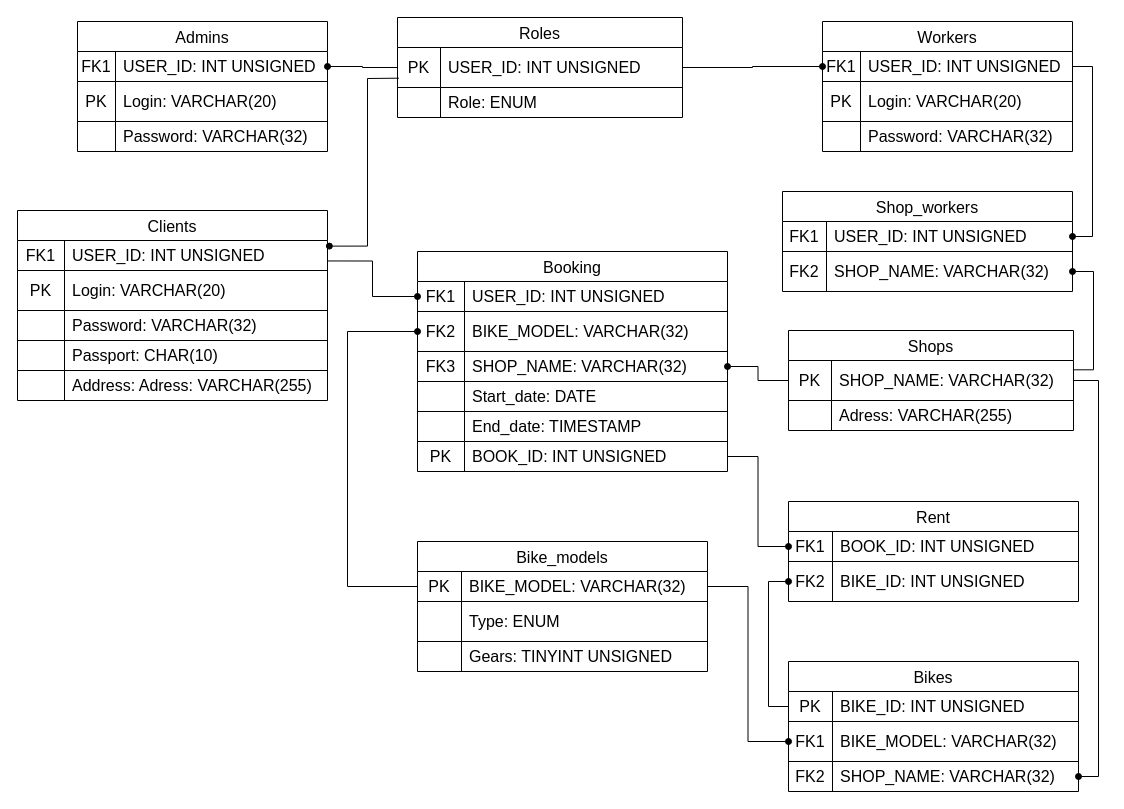
This is page "Физическая модель" (3 of 6) of Диаграммы проката велосипедов.drawio from GeorgeAlwaysWin/BikeRent, a draw.io file, before an edit. Source tidied: cells renumbered, new cells numbered last; positions are measured from the earlier drawing's top-left corner, leaving out a move shared by most shapes. Both pictures are drawn from the tidied source at 100%, with x=0, y=0 at pixel (17, 17).
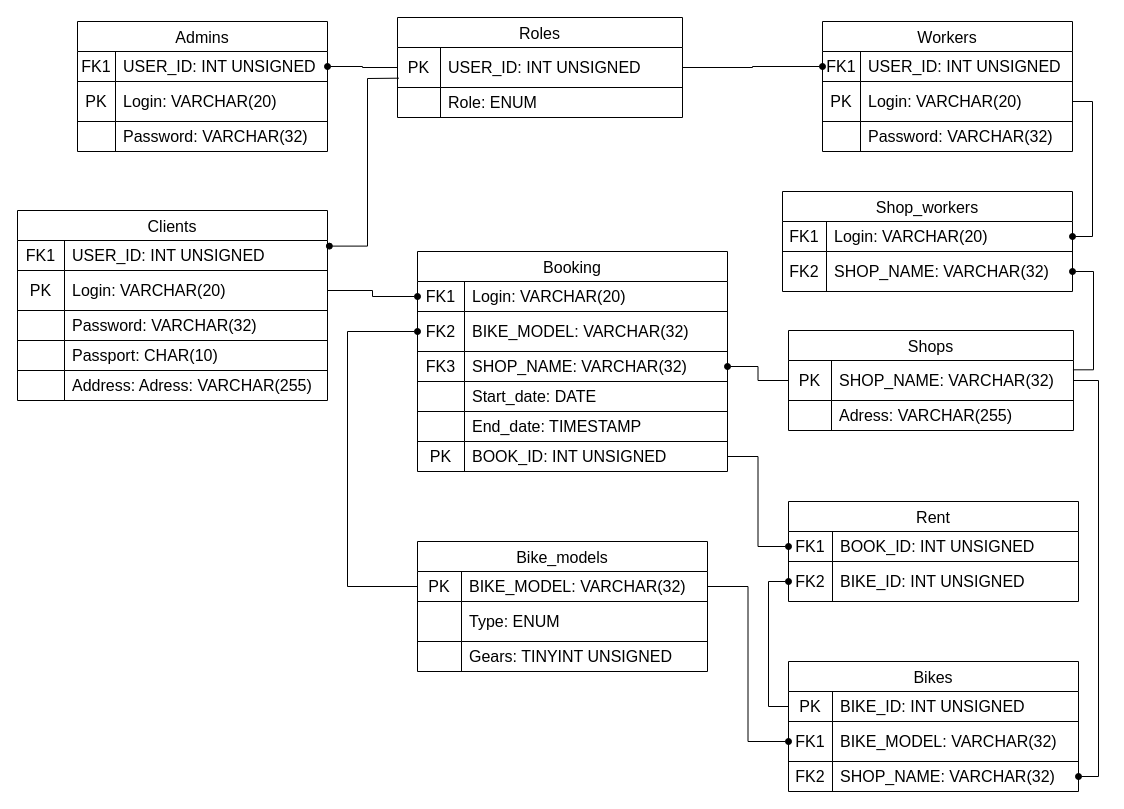
The same diagram, later.

Unchanged cells that the change refers to:
```xml
<mxCell id="20" style="shape=tableRow;horizontal=0;startSize=0;swimlaneHead=0;swimlaneBody=0;top=0;left=0;bottom=0;right=0;fillColor=none;points=[[0,0.5],[1,0.5]];portConstraint=eastwest;strokeColor=inherit;fontSize=16;align=center;verticalAlign=middle;fontFamily=Helvetica;fontColor=default;labelBackgroundColor=default;" parent="19" vertex="1">
  <mxGeometry y="30" width="250" height="30" as="geometry" />
</mxCell>
<mxCell id="23" style="shape=tableRow;horizontal=0;startSize=0;swimlaneHead=0;swimlaneBody=0;top=0;left=0;bottom=0;right=0;fillColor=none;points=[[0,0.5],[1,0.5]];portConstraint=eastwest;strokeColor=inherit;fontSize=16;align=center;verticalAlign=middle;fontFamily=Helvetica;fontColor=default;labelBackgroundColor=default;" parent="19" vertex="1">
  <mxGeometry y="60" width="250" height="40" as="geometry" />
</mxCell>
<mxCell id="30" style="shape=tableRow;horizontal=0;startSize=0;swimlaneHead=0;swimlaneBody=0;top=0;left=0;bottom=0;right=0;fillColor=none;points=[[0,0.5],[1,0.5]];portConstraint=eastwest;strokeColor=inherit;fontSize=16;align=center;verticalAlign=middle;fontFamily=Helvetica;fontColor=default;labelBackgroundColor=default;" parent="29" vertex="1">
  <mxGeometry y="30" width="290" height="30" as="geometry" />
</mxCell>
<mxCell id="71" style="shape=tableRow;horizontal=0;startSize=0;swimlaneHead=0;swimlaneBody=0;top=0;left=0;bottom=0;right=0;fillColor=none;points=[[0,0.5],[1,0.5]];portConstraint=eastwest;strokeColor=inherit;fontSize=16;align=center;verticalAlign=middle;fontFamily=Helvetica;fontColor=default;labelBackgroundColor=default;" parent="70" vertex="1">
  <mxGeometry y="30" width="310" height="30" as="geometry" />
</mxCell>
<mxCell id="74" style="shape=tableRow;horizontal=0;startSize=0;swimlaneHead=0;swimlaneBody=0;top=0;left=0;bottom=0;right=0;fillColor=none;points=[[0,0.5],[1,0.5]];portConstraint=eastwest;strokeColor=inherit;fontSize=16;align=center;verticalAlign=middle;fontFamily=Helvetica;fontColor=default;labelBackgroundColor=default;" parent="70" vertex="1">
  <mxGeometry y="60" width="310" height="40" as="geometry" />
</mxCell>
<mxCell id="87" style="shape=tableRow;horizontal=0;startSize=0;swimlaneHead=0;swimlaneBody=0;top=0;left=0;bottom=0;right=0;fillColor=none;points=[[0,0.5],[1,0.5]];portConstraint=eastwest;strokeColor=inherit;fontSize=16;align=center;verticalAlign=middle;fontFamily=Helvetica;fontColor=default;labelBackgroundColor=default;" parent="86" vertex="1">
  <mxGeometry y="30" width="310" height="30" as="geometry" />
</mxCell>
```

Change to the diagram source:
```diff
@@
-    <mxCell id="32" value="USER_ID: INT UNSIGNED" style="shape=partialRectangle;html=1;whiteSpace=wrap;fillColor=none;top=0;left=0;bottom=0;right=0;align=left;spacingLeft=6;overflow=hidden;strokeColor=inherit;fontSize=16;verticalAlign=middle;fontFamily=Helvetica;fontColor=default;labelBackgroundColor=default;" parent="30" vertex="1">
+    <mxCell id="32" value="Login: VARCHAR(20)" style="shape=partialRectangle;html=1;whiteSpace=wrap;fillColor=none;top=0;left=0;bottom=0;right=0;align=left;spacingLeft=6;overflow=hidden;strokeColor=inherit;fontSize=16;verticalAlign=middle;fontFamily=Helvetica;fontColor=default;labelBackgroundColor=default;" parent="30" vertex="1">
       <mxGeometry x="44" width="246" height="30" as="geometry" />
     </mxCell>
@@
-    <mxCell id="89" value="USER_ID: INT UNSIGNED" style="shape=partialRectangle;html=1;whiteSpace=wrap;fillColor=none;top=0;left=0;bottom=0;right=0;align=left;spacingLeft=6;overflow=hidden;strokeColor=inherit;fontSize=16;verticalAlign=middle;fontFamily=Helvetica;fontColor=default;labelBackgroundColor=default;" parent="87" vertex="1">
+    <mxCell id="89" value="Login: VARCHAR(20)" style="shape=partialRectangle;html=1;whiteSpace=wrap;fillColor=none;top=0;left=0;bottom=0;right=0;align=left;spacingLeft=6;overflow=hidden;strokeColor=inherit;fontSize=16;verticalAlign=middle;fontFamily=Helvetica;fontColor=default;labelBackgroundColor=default;" parent="87" vertex="1">
       <mxGeometry x="47" width="263" height="30" as="geometry" />
     </mxCell>
@@
-    <mxCell id="108" style="edgeStyle=orthogonalEdgeStyle;shape=connector;rounded=0;jettySize=auto;html=1;exitX=1;exitY=0.5;exitDx=0;exitDy=0;entryX=1;entryY=0.5;entryDx=0;entryDy=0;strokeColor=default;align=center;verticalAlign=middle;fontFamily=Helvetica;fontSize=12;fontColor=default;labelBackgroundColor=default;startFill=0;endArrow=oval;endFill=1;" parent="1" edge="1" source="20" target="30">
+    <mxCell id="108" style="edgeStyle=orthogonalEdgeStyle;shape=connector;rounded=0;jettySize=auto;html=1;exitX=1;exitY=0.5;exitDx=0;exitDy=0;entryX=1;entryY=0.5;entryDx=0;entryDy=0;strokeColor=default;align=center;verticalAlign=middle;fontFamily=Helvetica;fontSize=12;fontColor=default;labelBackgroundColor=default;startFill=0;endArrow=oval;endFill=1;" parent="1" edge="1" source="23" target="30">
       <mxGeometry relative="1" as="geometry" />
     </mxCell>
@@
-    <mxCell id="110" style="edgeStyle=orthogonalEdgeStyle;shape=connector;rounded=0;jettySize=auto;html=1;exitX=1;exitY=0.682;exitDx=0;exitDy=0;entryX=0;entryY=0.5;entryDx=0;entryDy=0;strokeColor=default;align=center;verticalAlign=middle;fontFamily=Helvetica;fontSize=12;fontColor=default;labelBackgroundColor=default;startFill=0;endArrow=oval;endFill=1;exitPerimeter=0;" parent="1" edge="1" source="71" target="87">
+    <mxCell id="110" style="edgeStyle=orthogonalEdgeStyle;shape=connector;rounded=0;jettySize=auto;html=1;exitX=1;exitY=0.5;exitDx=0;exitDy=0;entryX=0;entryY=0.5;entryDx=0;entryDy=0;strokeColor=default;align=center;verticalAlign=middle;fontFamily=Helvetica;fontSize=12;fontColor=default;labelBackgroundColor=default;startFill=0;endArrow=oval;endFill=1;" parent="1" edge="1" source="74" target="87">
       <mxGeometry relative="1" as="geometry" />
     </mxCell>
```
